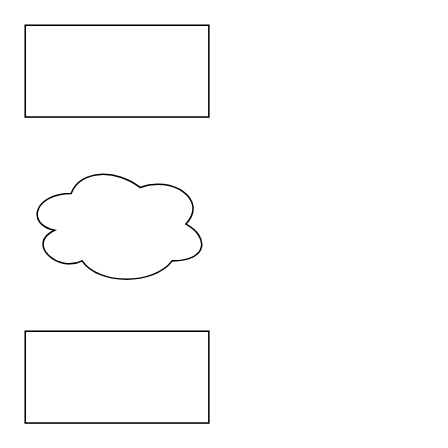
Above: temp.drawio in M-Kepler/draw.io (draw.io), before the change. Source tidied: cells renumbered, new cells numbered last; positions are measured from the earlier drawing's top-left corner, leaving out a move shared by most shapes. Both pictures are drawn from the tidied source at 153%, with x=0, y=0 at pixel (24, 24).
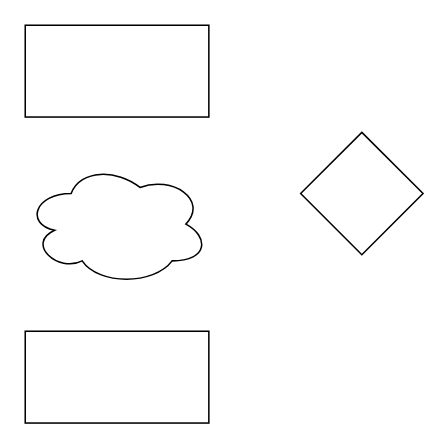
After the change.

The edit, as a diff of the source:
```diff
@@
 <mxGraphModel>
   <root>
     <mxCell id="0" />
     <mxCell id="1" parent="0" />
     <mxCell id="2" style="rounded=0;whiteSpace=wrap;html=1;" parent="1" vertex="1">
       <mxGeometry width="120" height="60" as="geometry" />
     </mxCell>
     <mxCell id="3" style="rounded=0;whiteSpace=wrap;html=1;" parent="1" vertex="1">
       <mxGeometry y="200" width="120" height="60" as="geometry" />
     </mxCell>
     <mxCell id="4" style="ellipse;shape=cloud;whiteSpace=wrap;html=1;" parent="1" vertex="1">
       <mxGeometry y="90" width="120" height="80" as="geometry" />
     </mxCell>
+    <mxCell id="5" style="rhombus;whiteSpace=wrap;html=1;" parent="1" vertex="1">
+      <mxGeometry x="180" y="70" width="80" height="80" as="geometry" />
+    </mxCell>
   </root>
 </mxGraphModel>
```
